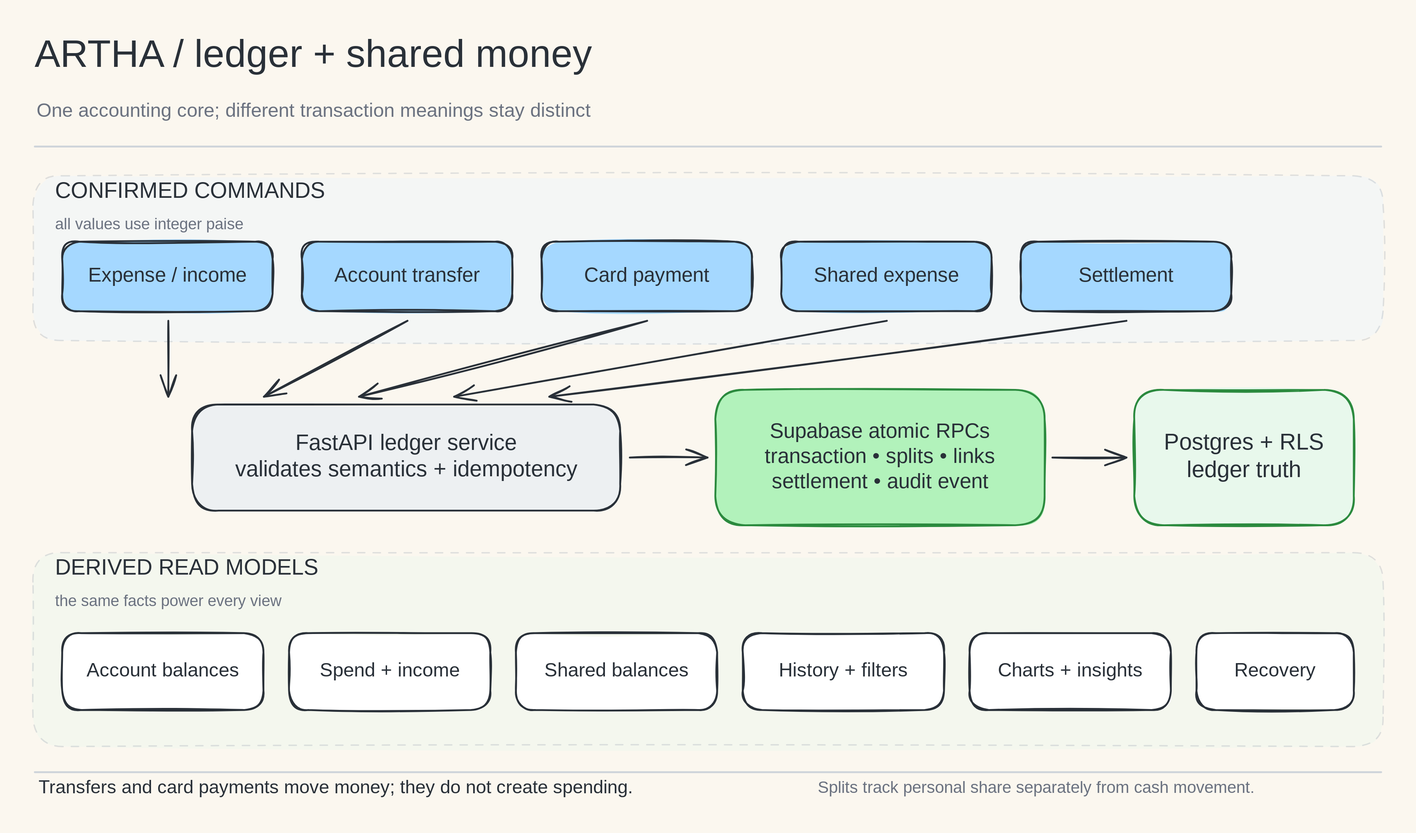
Above: docs/artifacts/architecture/diagrams/artha-ledger-shared-money.svg in snayan06/artha (Excalidraw), before the change. Source tidied: one line per element, renumbered; positions are measured from the earlier drawing's top-left corner, leaving out a move shared by most shapes.
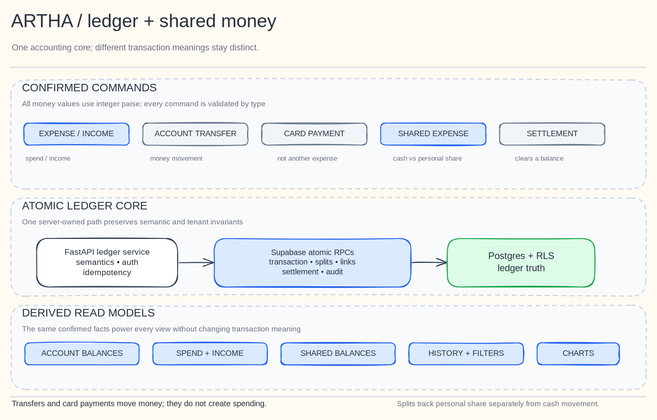
After the change.

Change to the diagram source:
```diff
@@ -1,47 +1,48 @@
-{"id": 0, "type": "text", "text": "ARTHA / ledger + shared money", "strokeColor": "#293038", "strokeWidth": 2, "roughness": 1, "fontSize": 42, "fontFamily": 5, "verticalAlign": "middle", "x": 2, "y": 0, "width": 559, "height": 52}
+{"id": 0, "type": "text", "text": "ARTHA / ledger + shared money", "strokeColor": "#27313d", "strokeWidth": 2, "roughness": 1, "fontSize": 40, "fontFamily": 5, "verticalAlign": "middle", "x": -6, "y": -15, "width": 532, "height": 50}
-{"id": 1, "type": "text", "text": "One accounting core; different transaction meanings stay distinct", "strokeColor": "#6b7280", "strokeWidth": 2, "roughness": 1, "fontSize": 21, "fontFamily": 5, "verticalAlign": "middle", "x": 4, "y": 73, "width": 546, "height": 26}
-{"id": 2, "type": "line", "strokeColor": "#ced4da", "strokeWidth": 2, "roughness": 0, "x": 2, "y": 124, "width": 1472, "height": 0, "points": [[0, 0], [1472, 0]]}
-{"id": 3, "type": "rectangle", "strokeColor": "#adb5bd", "backgroundColor": "#e7f5ff", "fillStyle": "solid", "strokeWidth": 1, "strokeStyle": "dashed", "roughness": 1, "opacity": 38, "round": true, "x": 0, "y": 156, "width": 1476, "height": 180}
+{"id": 47, "type": "text", "text": "One accounting core; different transaction meanings stay distinct.", "strokeColor": "#6b7280", "strokeWidth": 2, "roughness": 1, "fontSize": 19, "fontFamily": 5, "verticalAlign": "middle", "x": -4, "y": 54, "width": 499, "height": 24}
+{"id": 48, "type": "line", "strokeColor": "#cbd5e1", "strokeWidth": 2, "roughness": 0, "x": -6, "y": 108, "width": 1388, "height": 0, "points": [[0, 0], [1388, 0]]}
+{"id": 49, "type": "rectangle", "strokeColor": "#cbd5e1", "backgroundColor": "#f8fafc", "fillStyle": "solid", "strokeWidth": 2, "strokeStyle": "dashed", "roughness": 1, "round": true, "x": -6, "y": 136, "width": 1388, "height": 238}
-{"id": 4, "type": "text", "text": "CONFIRMED COMMANDS", "strokeColor": "#293038", "strokeWidth": 2, "roughness": 1, "fontSize": 24, "fontFamily": 5, "verticalAlign": "middle", "x": 24, "y": 159, "width": 289, "height": 30}
+{"id": 4, "type": "text", "text": "CONFIRMED COMMANDS", "strokeColor": "#27313d", "strokeWidth": 2, "roughness": 1, "fontSize": 24, "fontFamily": 5, "verticalAlign": "middle", "x": 18, "y": 139, "width": 289, "height": 30}
-{"id": 5, "type": "text", "text": "all values use integer paise", "strokeColor": "#6b7280", "strokeWidth": 2, "roughness": 1, "fontSize": 17, "fontFamily": 5, "verticalAlign": "middle", "x": 24, "y": 200, "width": 182, "height": 21}
-{"id": 6, "type": "rectangle", "strokeColor": "#293038", "backgroundColor": "#a5d8ff", "fillStyle": "solid", "strokeWidth": 2, "roughness": 1, "round": true, "x": 32, "y": 228, "width": 230, "height": 76}
-{"id": 7, "type": "rectangle", "strokeColor": "#293038", "backgroundColor": "#a5d8ff", "fillStyle": "solid", "strokeWidth": 2, "roughness": 1, "round": true, "x": 294, "y": 228, "width": 230, "height": 76}
-{"id": 8, "type": "rectangle", "strokeColor": "#293038", "backgroundColor": "#a5d8ff", "fillStyle": "solid", "strokeWidth": 2, "roughness": 1, "round": true, "x": 556, "y": 228, "width": 230, "height": 76}
-{"id": 9, "type": "rectangle", "strokeColor": "#293038", "backgroundColor": "#a5d8ff", "fillStyle": "solid", "strokeWidth": 2, "roughness": 1, "round": true, "x": 818, "y": 228, "width": 230, "height": 76}
-{"id": 10, "type": "rectangle", "strokeColor": "#293038", "backgroundColor": "#a5d8ff", "fillStyle": "solid", "strokeWidth": 2, "roughness": 1, "round": true, "x": 1080, "y": 228, "width": 230, "height": 76}
-{"id": 11, "type": "arrow", "strokeColor": "#293038", "strokeWidth": 2, "roughness": 1, "endArrowhead": "arrow", "x": 148, "y": 315, "width": 0, "height": 83, "points": [[0, 0], [0, 83]]}
-{"id": 12, "type": "arrow", "strokeColor": "#293038", "strokeWidth": 2, "roughness": 1, "endArrowhead": "arrow", "x": 410, "y": 315, "width": 157, "height": 83, "points": [[0, 0], [-157, 83]]}
-{"id": 13, "type": "arrow", "strokeColor": "#293038", "strokeWidth": 2, "roughness": 1, "endArrowhead": "arrow", "x": 672, "y": 315, "width": 315, "height": 83, "points": [[0, 0], [-315, 83]]}
-{"id": 14, "type": "arrow", "strokeColor": "#293038", "strokeWidth": 2, "roughness": 1, "endArrowhead": "arrow", "x": 934, "y": 315, "width": 473, "height": 83, "points": [[0, 0], [-473, 83]]}
-{"id": 15, "type": "arrow", "strokeColor": "#293038", "strokeWidth": 2, "roughness": 1, "endArrowhead": "arrow", "x": 1196, "y": 315, "width": 631, "height": 83, "points": [[0, 0], [-631, 83]]}
-{"id": 16, "type": "rectangle", "strokeColor": "#293038", "backgroundColor": "#edf0f2", "fillStyle": "solid", "strokeWidth": 2, "roughness": 1, "round": true, "x": 174, "y": 406, "width": 468, "height": 116}
-{"id": 17, "type": "arrow", "strokeColor": "#293038", "strokeWidth": 2, "roughness": 1, "endArrowhead": "arrow", "x": 652, "y": 464, "width": 85, "height": 0, "points": [[0, 0], [85, 0]]}
-{"id": 18, "type": "rectangle", "strokeColor": "#2b8a3e", "backgroundColor": "#b2f2bb", "fillStyle": "solid", "strokeWidth": 2, "roughness": 1, "round": true, "x": 746, "y": 390, "width": 360, "height": 148}
-{"id": 19, "type": "arrow", "strokeColor": "#293038", "strokeWidth": 2, "roughness": 1, "endArrowhead": "arrow", "x": 1114, "y": 464, "width": 81, "height": 0, "points": [[0, 0], [81, 0]]}
-{"id": 20, "type": "rectangle", "strokeColor": "#2b8a3e", "backgroundColor": "#e8f8ec", "fillStyle": "solid", "strokeWidth": 2, "roughness": 1, "round": true, "x": 1204, "y": 390, "width": 240, "height": 148}
-{"id": 21, "type": "rectangle", "strokeColor": "#adb5bd", "backgroundColor": "#e8f8ec", "fillStyle": "solid", "strokeWidth": 1, "strokeStyle": "dashed", "roughness": 1, "opacity": 38, "round": true, "x": 0, "y": 568, "width": 1476, "height": 212}
+{"id": 50, "type": "text", "text": "All money values use integer paise; every command is validated by type", "strokeColor": "#6b7280", "strokeWidth": 2, "roughness": 1, "fontSize": 16, "fontFamily": 5, "verticalAlign": "middle", "x": 18, "y": 179, "width": 463, "height": 20}
+{"id": 51, "type": "rectangle", "strokeColor": "#2563eb", "backgroundColor": "#dbeafe", "fillStyle": "solid", "strokeWidth": 2, "roughness": 1, "round": true, "x": 22, "y": 230, "width": 230, "height": 48}
+{"id": 52, "type": "rectangle", "strokeColor": "#64748b", "backgroundColor": "#f1f5f9", "fillStyle": "solid", "strokeWidth": 2, "roughness": 1, "round": true, "x": 282, "y": 230, "width": 230, "height": 48}
+{"id": 53, "type": "rectangle", "strokeColor": "#64748b", "backgroundColor": "#f1f5f9", "fillStyle": "solid", "strokeWidth": 2, "roughness": 1, "round": true, "x": 542, "y": 230, "width": 230, "height": 48}
+{"id": 54, "type": "rectangle", "strokeColor": "#2563eb", "backgroundColor": "#dbeafe", "fillStyle": "solid", "strokeWidth": 2, "roughness": 1, "round": true, "x": 802, "y": 230, "width": 230, "height": 48}
+{"id": 55, "type": "rectangle", "strokeColor": "#64748b", "backgroundColor": "#f1f5f9", "fillStyle": "solid", "strokeWidth": 2, "roughness": 1, "round": true, "x": 1062, "y": 230, "width": 230, "height": 48}
+{"id": 56, "type": "text", "text": "spend / income", "strokeColor": "#6b7280", "strokeWidth": 2, "roughness": 1, "fontSize": 15, "fontFamily": 5, "verticalAlign": "middle", "x": 26, "y": 299, "width": 91, "height": 19}
+{"id": 57, "type": "text", "text": "money movement", "strokeColor": "#6b7280", "strokeWidth": 2, "roughness": 1, "fontSize": 15, "fontFamily": 5, "verticalAlign": "middle", "x": 298, "y": 299, "width": 108, "height": 19}
+{"id": 58, "type": "text", "text": "not another expense", "strokeColor": "#6b7280", "strokeWidth": 2, "roughness": 1, "fontSize": 15, "fontFamily": 5, "verticalAlign": "middle", "x": 576, "y": 299, "width": 120, "height": 19}
+{"id": 59, "type": "text", "text": "cash vs personal share", "strokeColor": "#6b7280", "strokeWidth": 2, "roughness": 1, "fontSize": 15, "fontFamily": 5, "verticalAlign": "middle", "x": 829, "y": 299, "width": 134, "height": 19}
+{"id": 60, "type": "text", "text": "clears a balance", "strokeColor": "#6b7280", "strokeWidth": 2, "roughness": 1, "fontSize": 15, "fontFamily": 5, "verticalAlign": "middle", "x": 1096, "y": 299, "width": 95, "height": 19}
+{"id": 61, "type": "rectangle", "strokeColor": "#cbd5e1", "backgroundColor": "#f8fafc", "fillStyle": "solid", "strokeWidth": 2, "strokeStyle": "dashed", "roughness": 1, "round": true, "x": -6, "y": 394, "width": 1388, "height": 214}
+{"id": 62, "type": "text", "text": "ATOMIC LEDGER CORE", "strokeColor": "#27313d", "strokeWidth": 2, "roughness": 1, "fontSize": 24, "fontFamily": 5, "verticalAlign": "middle", "x": 18, "y": 397, "width": 262, "height": 30}
+{"id": 63, "type": "text", "text": "One server-owned path preserves semantic and tenant invariants", "strokeColor": "#6b7280", "strokeWidth": 2, "roughness": 1, "fontSize": 16, "fontFamily": 5, "verticalAlign": "middle", "x": 18, "y": 437, "width": 412, "height": 20}
+{"id": 64, "type": "arrow", "strokeColor": "#334155", "strokeWidth": 2, "roughness": 1, "endArrowhead": "arrow", "x": 358, "y": 535, "width": 79, "height": 0, "points": [[0, 0], [79, 0]]}
+{"id": 65, "type": "arrow", "strokeColor": "#334155", "strokeWidth": 2, "roughness": 1, "endArrowhead": "arrow", "x": 868, "y": 535, "width": 79, "height": 0, "points": [[0, 0], [79, 0]]}
+{"id": 66, "type": "rectangle", "strokeColor": "#334155", "backgroundColor": "#ffffff", "fillStyle": "solid", "strokeWidth": 2, "roughness": 1, "round": true, "x": 50, "y": 482, "width": 308, "height": 106}
+{"id": 67, "type": "rectangle", "strokeColor": "#2563eb", "backgroundColor": "#dbeafe", "fillStyle": "solid", "strokeWidth": 2, "roughness": 1, "round": true, "x": 438, "y": 482, "width": 430, "height": 106}
+{"id": 68, "type": "rectangle", "strokeColor": "#16a34a", "backgroundColor": "#dcfce7", "fillStyle": "solid", "strokeWidth": 2, "roughness": 1, "round": true, "x": 948, "y": 482, "width": 322, "height": 106}
+{"id": 69, "type": "rectangle", "strokeColor": "#cbd5e1", "backgroundColor": "#f8fafc", "fillStyle": "solid", "strokeWidth": 2, "strokeStyle": "dashed", "roughness": 1, "round": true, "x": -6, "y": 628, "width": 1388, "height": 184}
-{"id": 22, "type": "text", "text": "DERIVED READ MODELS", "strokeColor": "#293038", "strokeWidth": 2, "roughness": 1, "fontSize": 24, "fontFamily": 5, "verticalAlign": "middle", "x": 24, "y": 571, "width": 281, "height": 30}
+{"id": 22, "type": "text", "text": "DERIVED READ MODELS", "strokeColor": "#27313d", "strokeWidth": 2, "roughness": 1, "fontSize": 24, "fontFamily": 5, "verticalAlign": "middle", "x": 18, "y": 631, "width": 281, "height": 30}
-{"id": 23, "type": "text", "text": "the same facts power every view", "strokeColor": "#6b7280", "strokeWidth": 2, "roughness": 1, "fontSize": 17, "fontFamily": 5, "verticalAlign": "middle", "x": 24, "y": 612, "width": 222, "height": 21}
-{"id": 24, "type": "rectangle", "strokeColor": "#293038", "backgroundColor": "#ffffff", "fillStyle": "solid", "strokeWidth": 2, "roughness": 1, "round": true, "x": 32, "y": 656, "width": 220, "height": 84}
-{"id": 25, "type": "rectangle", "strokeColor": "#293038", "backgroundColor": "#ffffff", "fillStyle": "solid", "strokeWidth": 2, "roughness": 1, "round": true, "x": 280, "y": 656, "width": 220, "height": 84}
-{"id": 26, "type": "rectangle", "strokeColor": "#293038", "backgroundColor": "#ffffff", "fillStyle": "solid", "strokeWidth": 2, "roughness": 1, "round": true, "x": 528, "y": 656, "width": 220, "height": 84}
-{"id": 27, "type": "rectangle", "strokeColor": "#293038", "backgroundColor": "#ffffff", "fillStyle": "solid", "strokeWidth": 2, "roughness": 1, "round": true, "x": 776, "y": 656, "width": 220, "height": 84}
-{"id": 28, "type": "rectangle", "strokeColor": "#293038", "backgroundColor": "#ffffff", "fillStyle": "solid", "strokeWidth": 2, "roughness": 1, "round": true, "x": 1024, "y": 656, "width": 220, "height": 84}
-{"id": 29, "type": "rectangle", "strokeColor": "#293038", "backgroundColor": "#ffffff", "fillStyle": "solid", "strokeWidth": 2, "roughness": 1, "round": true, "x": 1272, "y": 656, "width": 172, "height": 84}
-{"id": 30, "type": "line", "strokeColor": "#ced4da", "strokeWidth": 2, "roughness": 0, "x": 2, "y": 808, "width": 1472, "height": 0, "points": [[0, 0], [1472, 0]]}
+{"id": 70, "type": "text", "text": "The same confirmed facts power every view without changing transaction meaning", "strokeColor": "#6b7280", "strokeWidth": 2, "roughness": 1, "fontSize": 16, "fontFamily": 5, "verticalAlign": "middle", "x": 18, "y": 671, "width": 532, "height": 20}
+{"id": 71, "type": "rectangle", "strokeColor": "#2563eb", "backgroundColor": "#dbeafe", "fillStyle": "solid", "strokeWidth": 2, "roughness": 1, "round": true, "x": 24, "y": 710, "width": 250, "height": 48}
+{"id": 72, "type": "rectangle", "strokeColor": "#2563eb", "backgroundColor": "#dbeafe", "fillStyle": "solid", "strokeWidth": 2, "roughness": 1, "round": true, "x": 304, "y": 710, "width": 250, "height": 48}
+{"id": 73, "type": "rectangle", "strokeColor": "#2563eb", "backgroundColor": "#dbeafe", "fillStyle": "solid", "strokeWidth": 2, "roughness": 1, "round": true, "x": 584, "y": 710, "width": 250, "height": 48}
+{"id": 74, "type": "rectangle", "strokeColor": "#2563eb", "backgroundColor": "#dbeafe", "fillStyle": "solid", "strokeWidth": 2, "roughness": 1, "round": true, "x": 864, "y": 710, "width": 250, "height": 48}
+{"id": 75, "type": "rectangle", "strokeColor": "#2563eb", "backgroundColor": "#dbeafe", "fillStyle": "solid", "strokeWidth": 2, "roughness": 1, "round": true, "x": 1144, "y": 710, "width": 180, "height": 48}
+{"id": 76, "type": "line", "strokeColor": "#cbd5e1", "strokeWidth": 2, "roughness": 0, "x": -6, "y": 828, "width": 1388, "height": 0, "points": [[0, 0], [1388, 0]]}
-{"id": 31, "type": "text", "text": "Transfers and card payments move money; they do not create spending.", "strokeColor": "#293038", "strokeWidth": 2, "roughness": 1, "fontSize": 20, "fontFamily": 5, "verticalAlign": "middle", "x": 6, "y": 814, "width": 574, "height": 25}
+{"id": 31, "type": "text", "text": "Transfers and card payments move money; they do not create spending.", "strokeColor": "#27313d", "strokeWidth": 2, "roughness": 1, "fontSize": 17, "fontFamily": 5, "verticalAlign": "middle", "x": -4, "y": 834, "width": 488, "height": 21}
-{"id": 32, "type": "text", "text": "Splits track personal share separately from cash movement.", "strokeColor": "#6b7280", "strokeWidth": 2, "roughness": 1, "fontSize": 18, "fontFamily": 5, "verticalAlign": "middle", "x": 858, "y": 815, "width": 428, "height": 22}
+{"id": 32, "type": "text", "text": "Splits track personal share separately from cash movement.", "strokeColor": "#6b7280", "strokeWidth": 2, "roughness": 1, "fontSize": 16, "fontFamily": 5, "verticalAlign": "middle", "x": 838, "y": 834, "width": 380, "height": 20}
-{"id": 33, "type": "text", "text": "Expense / income", "strokeColor": "#293038", "strokeWidth": 2, "roughness": 1, "fontSize": 22, "fontFamily": 5, "textAlign": "center", "verticalAlign": "middle", "inside": 6, "x": 69, "y": 253, "width": 156, "height": 26}
-{"id": 34, "type": "text", "text": "Account transfer", "strokeColor": "#293038", "strokeWidth": 2, "roughness": 1, "fontSize": 22, "fontFamily": 5, "textAlign": "center", "verticalAlign": "middle", "inside": 7, "x": 335, "y": 253, "width": 147, "height": 26}
-{"id": 35, "type": "text", "text": "Card payment", "strokeColor": "#293038", "strokeWidth": 2, "roughness": 1, "fontSize": 22, "fontFamily": 5, "textAlign": "center", "verticalAlign": "middle", "inside": 8, "x": 609, "y": 253, "width": 124, "height": 26}
-{"id": 36, "type": "text", "text": "Shared expense", "strokeColor": "#293038", "strokeWidth": 2, "roughness": 1, "fontSize": 22, "fontFamily": 5, "textAlign": "center", "verticalAlign": "middle", "inside": 9, "x": 864, "y": 253, "width": 137, "height": 26}
-{"id": 37, "type": "text", "text": "Settlement", "strokeColor": "#293038", "strokeWidth": 2, "roughness": 1, "fontSize": 22, "fontFamily": 5, "textAlign": "center", "verticalAlign": "middle", "inside": 10, "x": 1148, "y": 253, "width": 94, "height": 26}
-{"id": 38, "type": "text", "text": "FastAPI ledger service\nvalidates semantics + idempotency", "strokeColor": "#293038", "strokeWidth": 2, "roughness": 1, "fontSize": 24, "fontFamily": 5, "textAlign": "center", "verticalAlign": "middle", "inside": 16, "x": 240, "y": 435, "width": 335, "height": 58}
-{"id": 39, "type": "text", "text": "Supabase atomic RPCs\ntransaction • splits • links\nsettlement • audit event", "strokeColor": "#293038", "strokeWidth": 2, "roughness": 1, "fontSize": 23, "fontFamily": 5, "textAlign": "center", "verticalAlign": "middle", "inside": 18, "x": 809, "y": 423, "width": 233, "height": 83}
+{"id": 77, "type": "text", "text": "EXPENSE / INCOME", "strokeColor": "#27313d", "strokeWidth": 2, "roughness": 1, "fontSize": 17, "fontFamily": 5, "textAlign": "center", "verticalAlign": "middle", "inside": 51, "x": 60, "y": 244, "width": 155, "height": 21}
+{"id": 78, "type": "text", "text": "ACCOUNT TRANSFER", "strokeColor": "#27313d", "strokeWidth": 2, "roughness": 1, "fontSize": 17, "fontFamily": 5, "textAlign": "center", "verticalAlign": "middle", "inside": 52, "x": 310, "y": 244, "width": 173, "height": 21}
+{"id": 79, "type": "text", "text": "CARD PAYMENT", "strokeColor": "#27313d", "strokeWidth": 2, "roughness": 1, "fontSize": 17, "fontFamily": 5, "textAlign": "center", "verticalAlign": "middle", "inside": 53, "x": 592, "y": 244, "width": 131, "height": 21}
+{"id": 80, "type": "text", "text": "SHARED EXPENSE", "strokeColor": "#27313d", "strokeWidth": 2, "roughness": 1, "fontSize": 17, "fontFamily": 5, "textAlign": "center", "verticalAlign": "middle", "inside": 54, "x": 844, "y": 244, "width": 147, "height": 21}
+{"id": 81, "type": "text", "text": "SETTLEMENT", "strokeColor": "#27313d", "strokeWidth": 2, "roughness": 1, "fontSize": 17, "fontFamily": 5, "textAlign": "center", "verticalAlign": "middle", "inside": 55, "x": 1122, "y": 244, "width": 110, "height": 21}
+{"id": 82, "type": "text", "text": "FastAPI ledger service\nsemantics • auth\nidempotency", "strokeColor": "#27313d", "strokeWidth": 2, "roughness": 1, "fontSize": 18, "fontFamily": 5, "textAlign": "center", "verticalAlign": "middle", "inside": 66, "x": 122, "y": 502, "width": 164, "height": 68}
+{"id": 83, "type": "text", "text": "Supabase atomic RPCs\ntransaction • splits • links\nsettlement • audit", "strokeColor": "#27313d", "strokeWidth": 2, "roughness": 1, "fontSize": 17, "fontFamily": 5, "textAlign": "center", "verticalAlign": "middle", "inside": 67, "x": 567, "y": 503, "width": 172, "height": 64}
-{"id": 40, "type": "text", "text": "Postgres + RLS\nledger truth", "strokeColor": "#293038", "strokeWidth": 2, "roughness": 1, "fontSize": 25, "fontFamily": 5, "textAlign": "center", "verticalAlign": "middle", "inside": 20, "x": 1245, "y": 434, "width": 157, "height": 60}
+{"id": 40, "type": "text", "text": "Postgres + RLS\nledger truth", "strokeColor": "#27313d", "strokeWidth": 2, "roughness": 1, "fontSize": 21, "fontFamily": 5, "textAlign": "center", "verticalAlign": "middle", "inside": 68, "x": 1043, "y": 509, "width": 132, "height": 52}
-{"id": 41, "type": "text", "text": "Account balances", "strokeColor": "#293038", "strokeWidth": 2, "roughness": 1, "fontSize": 21, "fontFamily": 5, "textAlign": "center", "verticalAlign": "middle", "inside": 24, "x": 68, "y": 686, "width": 149, "height": 25}
-{"id": 42, "type": "text", "text": "Spend + income", "strokeColor": "#293038", "strokeWidth": 2, "roughness": 1, "fontSize": 21, "fontFamily": 5, "textAlign": "center", "verticalAlign": "middle", "inside": 25, "x": 322, "y": 686, "width": 137, "height": 25}
-{"id": 43, "type": "text", "text": "Shared balances", "strokeColor": "#293038", "strokeWidth": 2, "roughness": 1, "fontSize": 21, "fontFamily": 5, "textAlign": "center", "verticalAlign": "middle", "inside": 26, "x": 570, "y": 686, "width": 136, "height": 25}
-{"id": 44, "type": "text", "text": "History + filters", "strokeColor": "#293038", "strokeWidth": 2, "roughness": 1, "fontSize": 21, "fontFamily": 5, "textAlign": "center", "verticalAlign": "middle", "inside": 27, "x": 819, "y": 686, "width": 133, "height": 25}
-{"id": 45, "type": "text", "text": "Charts + insights", "strokeColor": "#293038", "strokeWidth": 2, "roughness": 1, "fontSize": 21, "fontFamily": 5, "textAlign": "center", "verticalAlign": "middle", "inside": 28, "x": 1063, "y": 686, "width": 143, "height": 25}
-{"id": 46, "type": "text", "text": "Recovery", "strokeColor": "#293038", "strokeWidth": 2, "roughness": 1, "fontSize": 21, "fontFamily": 5, "textAlign": "center", "verticalAlign": "middle", "inside": 29, "x": 1318, "y": 686, "width": 80, "height": 25}
+{"id": 84, "type": "text", "text": "ACCOUNT BALANCES", "strokeColor": "#27313d", "strokeWidth": 2, "roughness": 1, "fontSize": 17, "fontFamily": 5, "textAlign": "center", "verticalAlign": "middle", "inside": 71, "x": 61, "y": 724, "width": 176, "height": 21}
+{"id": 85, "type": "text", "text": "SPEND + INCOME", "strokeColor": "#27313d", "strokeWidth": 2, "roughness": 1, "fontSize": 17, "fontFamily": 5, "textAlign": "center", "verticalAlign": "middle", "inside": 72, "x": 360, "y": 724, "width": 139, "height": 21}
+{"id": 86, "type": "text", "text": "SHARED BALANCES", "strokeColor": "#27313d", "strokeWidth": 2, "roughness": 1, "fontSize": 17, "fontFamily": 5, "textAlign": "center", "verticalAlign": "middle", "inside": 73, "x": 628, "y": 724, "width": 162, "height": 21}
+{"id": 87, "type": "text", "text": "HISTORY + FILTERS", "strokeColor": "#27313d", "strokeWidth": 2, "roughness": 1, "fontSize": 17, "fontFamily": 5, "textAlign": "center", "verticalAlign": "middle", "inside": 74, "x": 911, "y": 724, "width": 156, "height": 21}
+{"id": 88, "type": "text", "text": "CHARTS", "strokeColor": "#27313d", "strokeWidth": 2, "roughness": 1, "fontSize": 17, "fontFamily": 5, "textAlign": "center", "verticalAlign": "middle", "inside": 75, "x": 1201, "y": 724, "width": 66, "height": 21}
```
